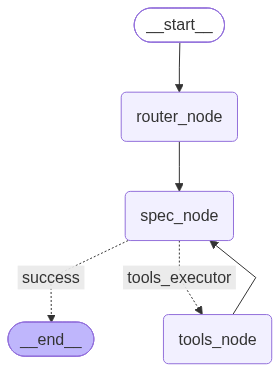
ddongzi/someai keeps this Mermaid diagram as art/spec.png. Above is the earlier version. Its source is kept beside it as art/spec.mmd.
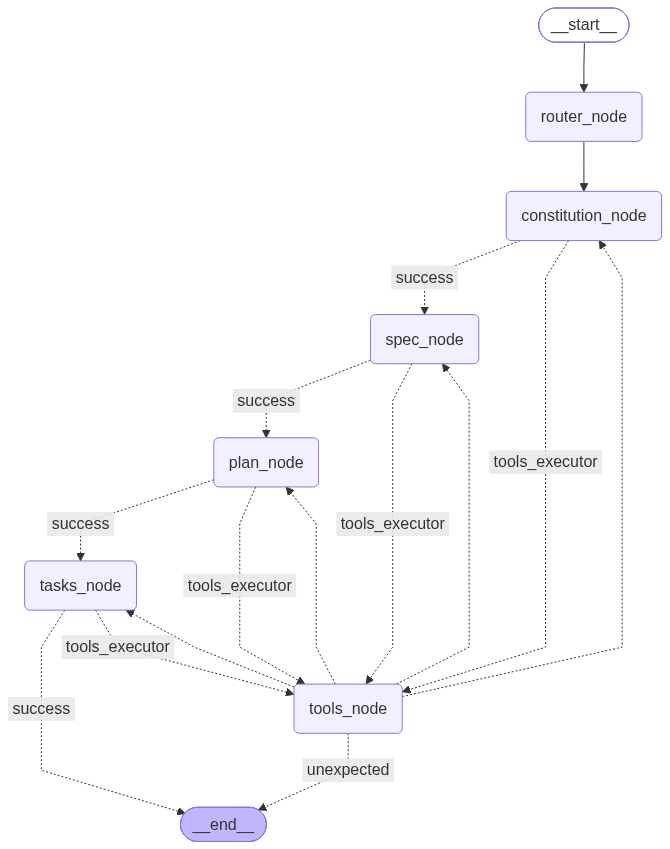
After the change.

Diff of the diagram source:
```diff
@@ -6,14 +6,27 @@
 graph TD;
 	__start__([<p>__start__</p>]):::first
 	router_node(router_node)
+	constitution_node(constitution_node)
 	spec_node(spec_node)
+	plan_node(plan_node)
+	tasks_node(tasks_node)
 	tools_node(tools_node)
 	__end__([<p>__end__</p>]):::last
 	__start__ --> router_node;
-	router_node --> spec_node;
-	spec_node -. &nbsp;success&nbsp; .-> __end__;
+	constitution_node -. &nbsp;success&nbsp; .-> spec_node;
+	constitution_node -. &nbsp;tools_executor&nbsp; .-> tools_node;
+	plan_node -. &nbsp;success&nbsp; .-> tasks_node;
+	plan_node -. &nbsp;tools_executor&nbsp; .-> tools_node;
+	router_node --> constitution_node;
+	spec_node -. &nbsp;success&nbsp; .-> plan_node;
 	spec_node -. &nbsp;tools_executor&nbsp; .-> tools_node;
-	tools_node --> spec_node;
+	tasks_node -. &nbsp;success&nbsp; .-> __end__;
+	tasks_node -. &nbsp;tools_executor&nbsp; .-> tools_node;
+	tools_node -. &nbsp;unexpected&nbsp; .-> __end__;
+	tools_node -.-> constitution_node;
+	tools_node -.-> plan_node;
+	tools_node -.-> spec_node;
+	tools_node -.-> tasks_node;
 	classDef default fill:#f2f0ff,line-height:1.2
 	classDef first fill-opacity:0
 	classDef last fill:#bfb6fc
```
